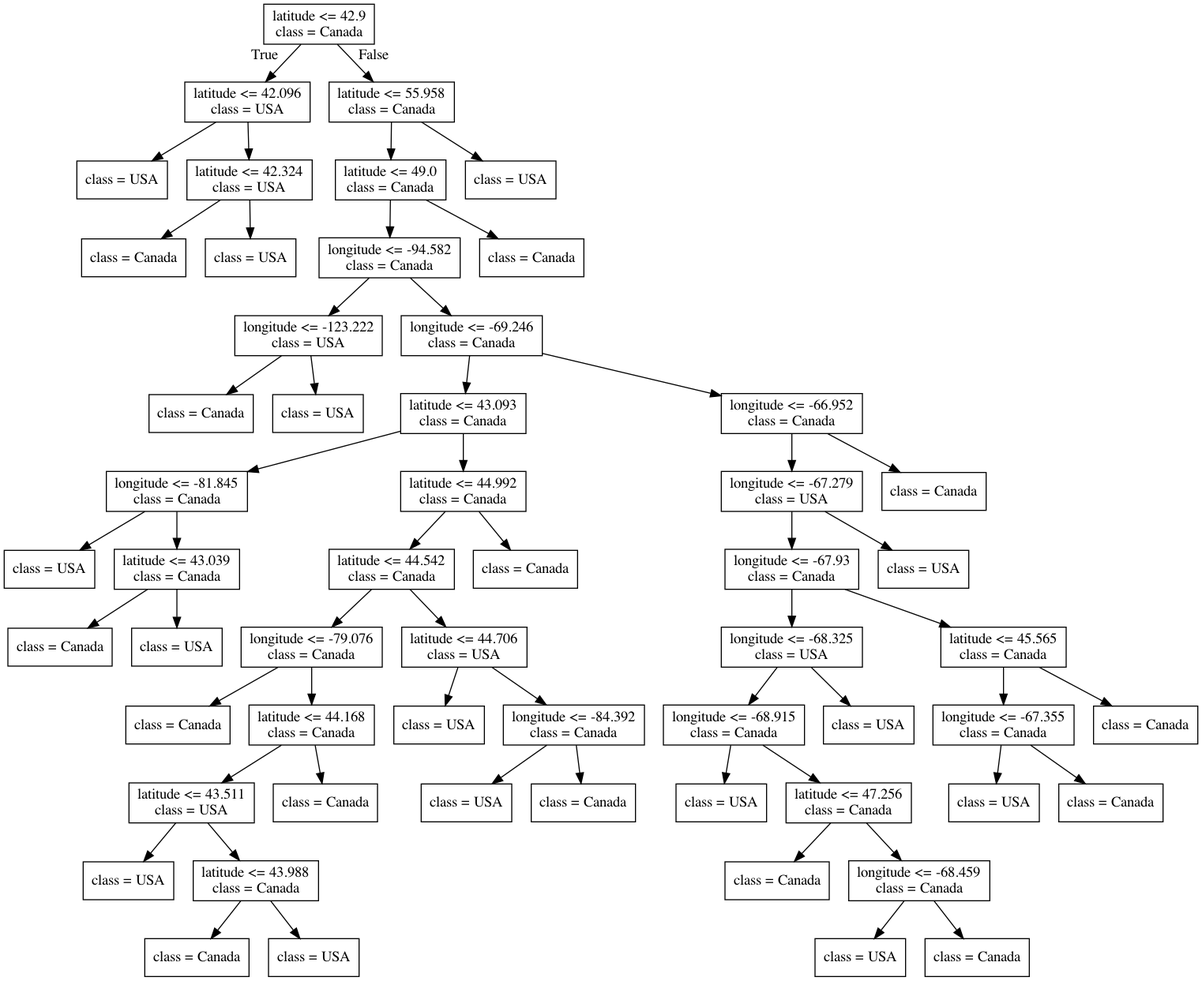
Earlier version of the Graphviz export lectures/Source.gv.png (bait509-ubc/BAIT509). Its source is kept beside it as lectures/Source.gv.
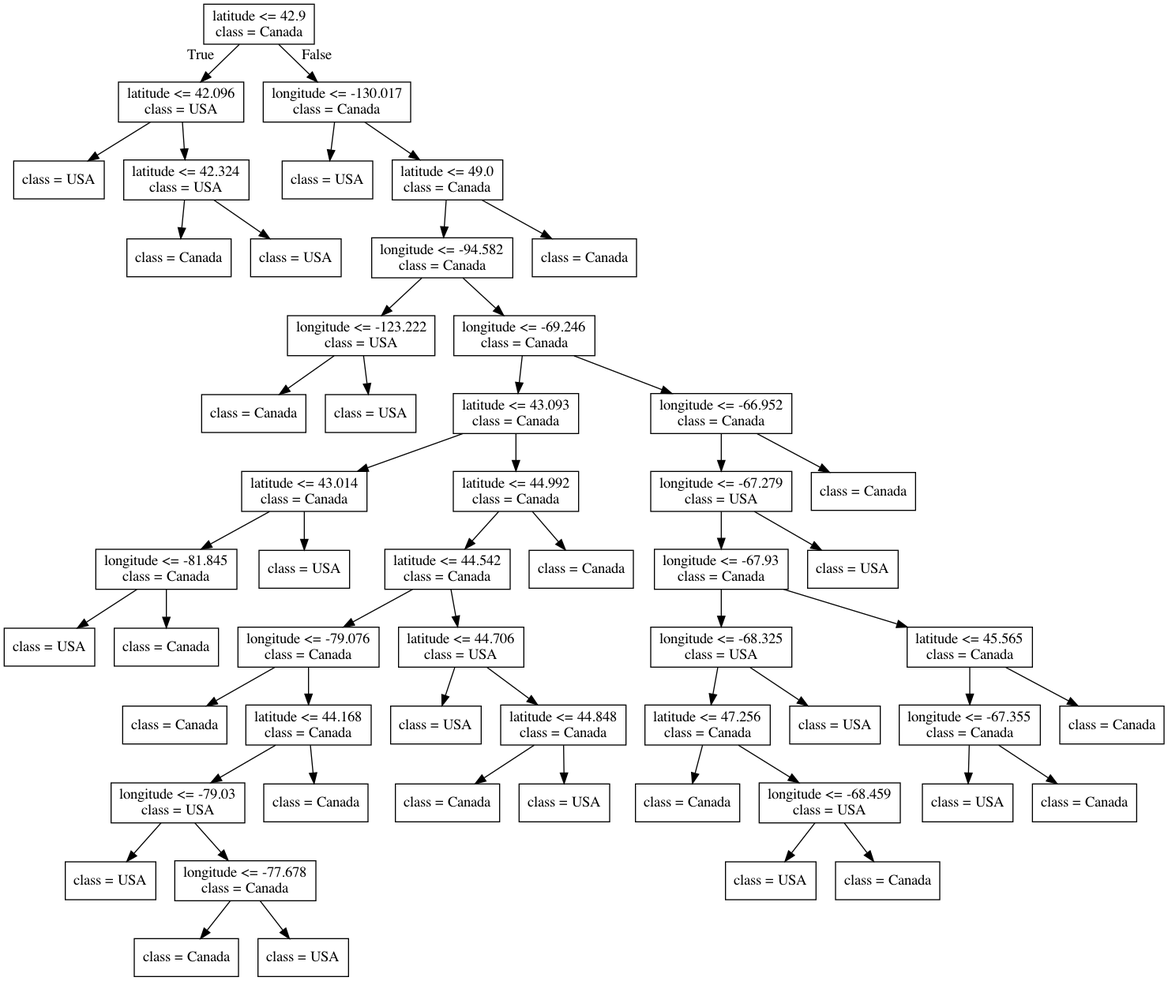
After the commit.

The edit, as a diff of the source:
```diff
@@ -11,106 +11,102 @@
 3 -> 4 ;
 5 [label="class = USA"] ;
 3 -> 5 ;
-6 [label="latitude <= 55.958\nclass = Canada"] ;
+6 [label="longitude <= -130.017\nclass = Canada"] ;
 0 -> 6 [labeldistance=2.5, labelangle=-45, headlabel="False"] ;
-7 [label="latitude <= 49.0\nclass = Canada"] ;
+7 [label="class = USA"] ;
 6 -> 7 ;
-8 [label="longitude <= -94.582\nclass = Canada"] ;
-7 -> 8 ;
-9 [label="longitude <= -123.222\nclass = USA"] ;
+8 [label="latitude <= 49.0\nclass = Canada"] ;
+6 -> 8 ;
+9 [label="longitude <= -94.582\nclass = Canada"] ;
 8 -> 9 ;
-10 [label="class = Canada"] ;
+10 [label="longitude <= -123.222\nclass = USA"] ;
 9 -> 10 ;
-11 [label="class = USA"] ;
-9 -> 11 ;
-12 [label="longitude <= -69.246\nclass = Canada"] ;
-8 -> 12 ;
-13 [label="latitude <= 43.093\nclass = Canada"] ;
-12 -> 13 ;
-14 [label="longitude <= -81.845\nclass = Canada"] ;
+11 [label="class = Canada"] ;
+10 -> 11 ;
+12 [label="class = USA"] ;
+10 -> 12 ;
+13 [label="longitude <= -69.246\nclass = Canada"] ;
+9 -> 13 ;
+14 [label="latitude <= 43.093\nclass = Canada"] ;
 13 -> 14 ;
-15 [label="class = USA"] ;
+15 [label="latitude <= 43.014\nclass = Canada"] ;
 14 -> 15 ;
-16 [label="latitude <= 43.039\nclass = Canada"] ;
-14 -> 16 ;
-17 [label="class = Canada"] ;
+16 [label="longitude <= -81.845\nclass = Canada"] ;
+15 -> 16 ;
+17 [label="class = USA"] ;
 16 -> 17 ;
-18 [label="class = USA"] ;
+18 [label="class = Canada"] ;
 16 -> 18 ;
-19 [label="latitude <= 44.992\nclass = Canada"] ;
-13 -> 19 ;
-20 [label="latitude <= 44.542\nclass = Canada"] ;
-19 -> 20 ;
-21 [label="longitude <= -79.076\nclass = Canada"] ;
+19 [label="class = USA"] ;
+15 -> 19 ;
+20 [label="latitude <= 44.992\nclass = Canada"] ;
+14 -> 20 ;
+21 [label="latitude <= 44.542\nclass = Canada"] ;
 20 -> 21 ;
-22 [label="class = Canada"] ;
+22 [label="longitude <= -79.076\nclass = Canada"] ;
 21 -> 22 ;
-23 [label="latitude <= 44.168\nclass = Canada"] ;
-21 -> 23 ;
-24 [label="latitude <= 43.511\nclass = USA"] ;
-23 -> 24 ;
-25 [label="class = USA"] ;
+23 [label="class = Canada"] ;
+22 -> 23 ;
+24 [label="latitude <= 44.168\nclass = Canada"] ;
+22 -> 24 ;
+25 [label="longitude <= -79.03\nclass = USA"] ;
 24 -> 25 ;
-26 [label="latitude <= 43.988\nclass = Canada"] ;
-24 -> 26 ;
-27 [label="class = Canada"] ;
-26 -> 27 ;
-28 [label="class = USA"] ;
-26 -> 28 ;
-29 [label="class = Canada"] ;
-23 -> 29 ;
-30 [label="latitude <= 44.706\nclass = USA"] ;
-20 -> 30 ;
-31 [label="class = USA"] ;
-30 -> 31 ;
-32 [label="longitude <= -84.392\nclass = Canada"] ;
-30 -> 32 ;
-33 [label="class = USA"] ;
-32 -> 33 ;
+26 [label="class = USA"] ;
+25 -> 26 ;
+27 [label="longitude <= -77.678\nclass = Canada"] ;
+25 -> 27 ;
+28 [label="class = Canada"] ;
+27 -> 28 ;
+29 [label="class = USA"] ;
+27 -> 29 ;
+30 [label="class = Canada"] ;
+24 -> 30 ;
+31 [label="latitude <= 44.706\nclass = USA"] ;
+21 -> 31 ;
+32 [label="class = USA"] ;
+31 -> 32 ;
+33 [label="latitude <= 44.848\nclass = Canada"] ;
+31 -> 33 ;
 34 [label="class = Canada"] ;
-32 -> 34 ;
-35 [label="class = Canada"] ;
-19 -> 35 ;
-36 [label="longitude <= -66.952\nclass = Canada"] ;
-12 -> 36 ;
-37 [label="longitude <= -67.279\nclass = USA"] ;
-36 -> 37 ;
-38 [label="longitude <= -67.93\nclass = Canada"] ;
+33 -> 34 ;
+35 [label="class = USA"] ;
+33 -> 35 ;
+36 [label="class = Canada"] ;
+20 -> 36 ;
+37 [label="longitude <= -66.952\nclass = Canada"] ;
+13 -> 37 ;
+38 [label="longitude <= -67.279\nclass = USA"] ;
 37 -> 38 ;
-39 [label="longitude <= -68.325\nclass = USA"] ;
+39 [label="longitude <= -67.93\nclass = Canada"] ;
 38 -> 39 ;
-40 [label="longitude <= -68.915\nclass = Canada"] ;
+40 [label="longitude <= -68.325\nclass = USA"] ;
 39 -> 40 ;
-41 [label="class = USA"] ;
+41 [label="latitude <= 47.256\nclass = Canada"] ;
 40 -> 41 ;
-42 [label="latitude <= 47.256\nclass = Canada"] ;
-40 -> 42 ;
-43 [label="class = Canada"] ;
-42 -> 43 ;
-44 [label="longitude <= -68.459\nclass = Canada"] ;
-42 -> 44 ;
-45 [label="class = USA"] ;
-44 -> 45 ;
-46 [label="class = Canada"] ;
-44 -> 46 ;
-47 [label="class = USA"] ;
+42 [label="class = Canada"] ;
+41 -> 42 ;
+43 [label="longitude <= -68.459\nclass = USA"] ;
+41 -> 43 ;
+44 [label="class = USA"] ;
+43 -> 44 ;
+45 [label="class = Canada"] ;
+43 -> 45 ;
+46 [label="class = USA"] ;
+40 -> 46 ;
+47 [label="latitude <= 45.565\nclass = Canada"] ;
 39 -> 47 ;
-48 [label="latitude <= 45.565\nclass = Canada"] ;
-38 -> 48 ;
-49 [label="longitude <= -67.355\nclass = Canada"] ;
+48 [label="longitude <= -67.355\nclass = Canada"] ;
+47 -> 48 ;
+49 [label="class = USA"] ;
 48 -> 49 ;
-50 [label="class = USA"] ;
-49 -> 50 ;
+50 [label="class = Canada"] ;
+48 -> 50 ;
 51 [label="class = Canada"] ;
-49 -> 51 ;
-52 [label="class = Canada"] ;
-48 -> 52 ;
-53 [label="class = USA"] ;
+47 -> 51 ;
+52 [label="class = USA"] ;
+38 -> 52 ;
+53 [label="class = Canada"] ;
 37 -> 53 ;
 54 [label="class = Canada"] ;
-36 -> 54 ;
-55 [label="class = Canada"] ;
-7 -> 55 ;
-56 [label="class = USA"] ;
-6 -> 56 ;
+8 -> 54 ;
 }
```
